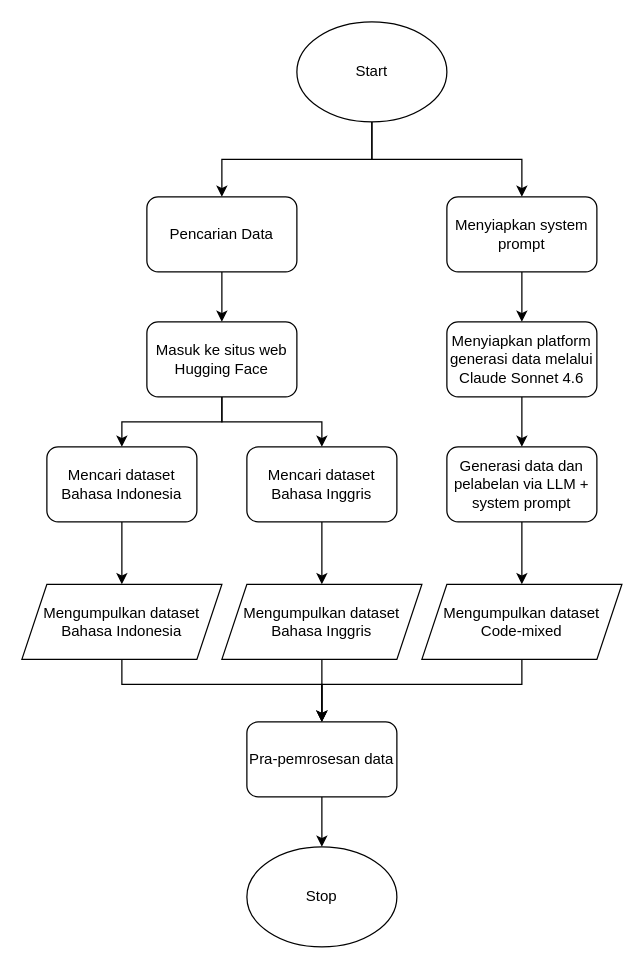
Above: page "Pengumpulan" (1 of 2) of thesis.drawio in Jacksonciek/thesis-diagram (draw.io), before the change. Source tidied: cells renumbered, new cells numbered last; positions are measured from the earlier drawing's top-left corner, leaving out a move shared by most shapes. Both pictures are drawn from the tidied source at 125%, with x=0, y=0 at pixel (21, 21).
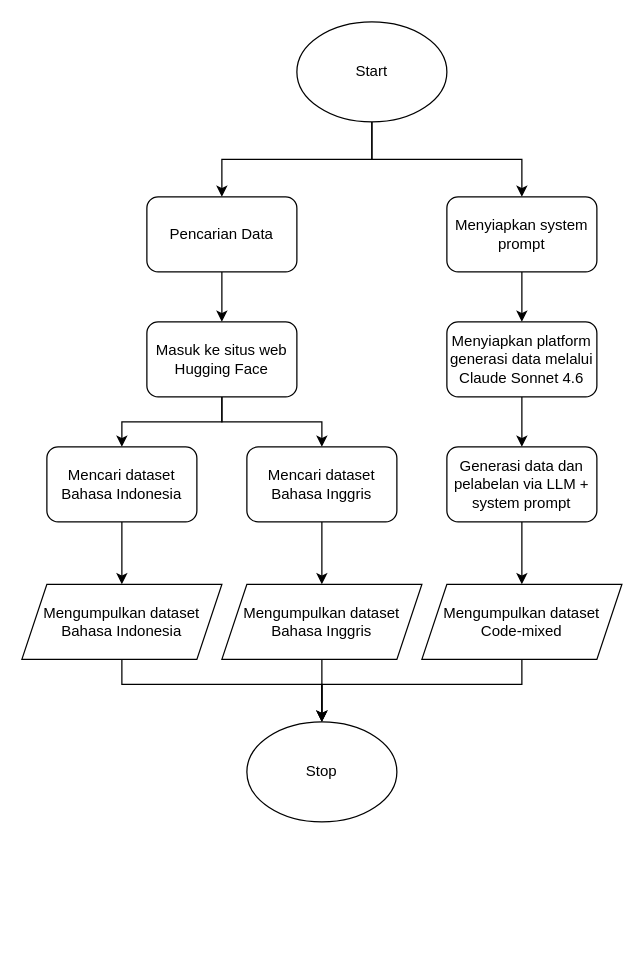
The same diagram, later.

Unchanged cells that the change refers to:
```xml
<mxCell id="24" value="Mengumpulkan dataset Bahasa Indonesia" style="shape=parallelogram;perimeter=parallelogramPerimeter;whiteSpace=wrap;html=1;fixedSize=1;" parent="1" vertex="1">
  <mxGeometry y="450" width="160" height="60" as="geometry" />
</mxCell>
<mxCell id="26" value="Mengumpulkan dataset Bahasa Inggris" style="shape=parallelogram;perimeter=parallelogramPerimeter;whiteSpace=wrap;html=1;fixedSize=1;" parent="1" vertex="1">
  <mxGeometry x="160" y="450" width="160" height="60" as="geometry" />
</mxCell>
<mxCell id="28" value="Mengumpulkan dataset Code-mixed" style="shape=parallelogram;perimeter=parallelogramPerimeter;whiteSpace=wrap;html=1;fixedSize=1;" parent="1" vertex="1">
  <mxGeometry x="320" y="450" width="160" height="60" as="geometry" />
</mxCell>
```

Diff of the diagram source:
```diff
@@
     <mxCell id="7" value="Stop" style="ellipse;whiteSpace=wrap;html=1;" parent="1" vertex="1">
-      <mxGeometry x="180" y="660" width="120" height="80" as="geometry" />
+      <mxGeometry x="180" y="560" width="120" height="80" as="geometry" />
     </mxCell>
@@
-    <mxCell id="20" style="edgeStyle=orthogonalEdgeStyle;rounded=0;jettySize=auto;html=1;entryX=0.5;entryY=0;entryDx=0;entryDy=0;" parent="1" edge="1" source="21" target="7">
-      <mxGeometry relative="1" as="geometry" />
-    </mxCell>
-    <mxCell id="21" value="Pra-pemrosesan data" style="rounded=1;whiteSpace=wrap;html=1;" parent="1" vertex="1">
-      <mxGeometry x="180" y="560" width="120" height="60" as="geometry" />
-    </mxCell>
@@
-    <mxCell id="23" style="edgeStyle=orthogonalEdgeStyle;rounded=0;jettySize=auto;html=1;entryX=0.5;entryY=0;entryDx=0;entryDy=0;" parent="1" edge="1" source="24" target="21">
+    <mxCell id="23" style="edgeStyle=orthogonalEdgeStyle;rounded=0;jettySize=auto;html=1;entryX=0.5;entryY=0;entryDx=0;entryDy=0;" parent="1" edge="1" source="24">
       <mxGeometry relative="1" as="geometry">
+        <mxPoint x="240" y="560" as="targetPoint" />
         <Array as="points">
           <mxPoint x="80" y="530" />
           <mxPoint x="240" y="530" />
         </Array>
       </mxGeometry>
     </mxCell>
@@
-    <mxCell id="25" style="edgeStyle=orthogonalEdgeStyle;rounded=0;jettySize=auto;html=1;entryX=0.5;entryY=0;entryDx=0;entryDy=0;" parent="1" edge="1" source="26" target="21">
-      <mxGeometry relative="1" as="geometry" />
+    <mxCell id="25" style="edgeStyle=orthogonalEdgeStyle;rounded=0;jettySize=auto;html=1;entryX=0.5;entryY=0;entryDx=0;entryDy=0;" parent="1" edge="1" source="26">
+      <mxGeometry relative="1" as="geometry">
+        <mxPoint x="240" y="560" as="targetPoint" />
+      </mxGeometry>
     </mxCell>
@@
-    <mxCell id="27" style="edgeStyle=orthogonalEdgeStyle;rounded=0;jettySize=auto;html=1;entryX=0.5;entryY=0;entryDx=0;entryDy=0;" parent="1" edge="1" source="28" target="21">
+    <mxCell id="27" style="edgeStyle=orthogonalEdgeStyle;rounded=0;jettySize=auto;html=1;entryX=0.5;entryY=0;entryDx=0;entryDy=0;" parent="1" edge="1" source="28">
       <mxGeometry relative="1" as="geometry">
+        <mxPoint x="240" y="560" as="targetPoint" />
         <Array as="points">
           <mxPoint x="400" y="530" />
           <mxPoint x="240" y="530" />
         </Array>
       </mxGeometry>
     </mxCell>
```
